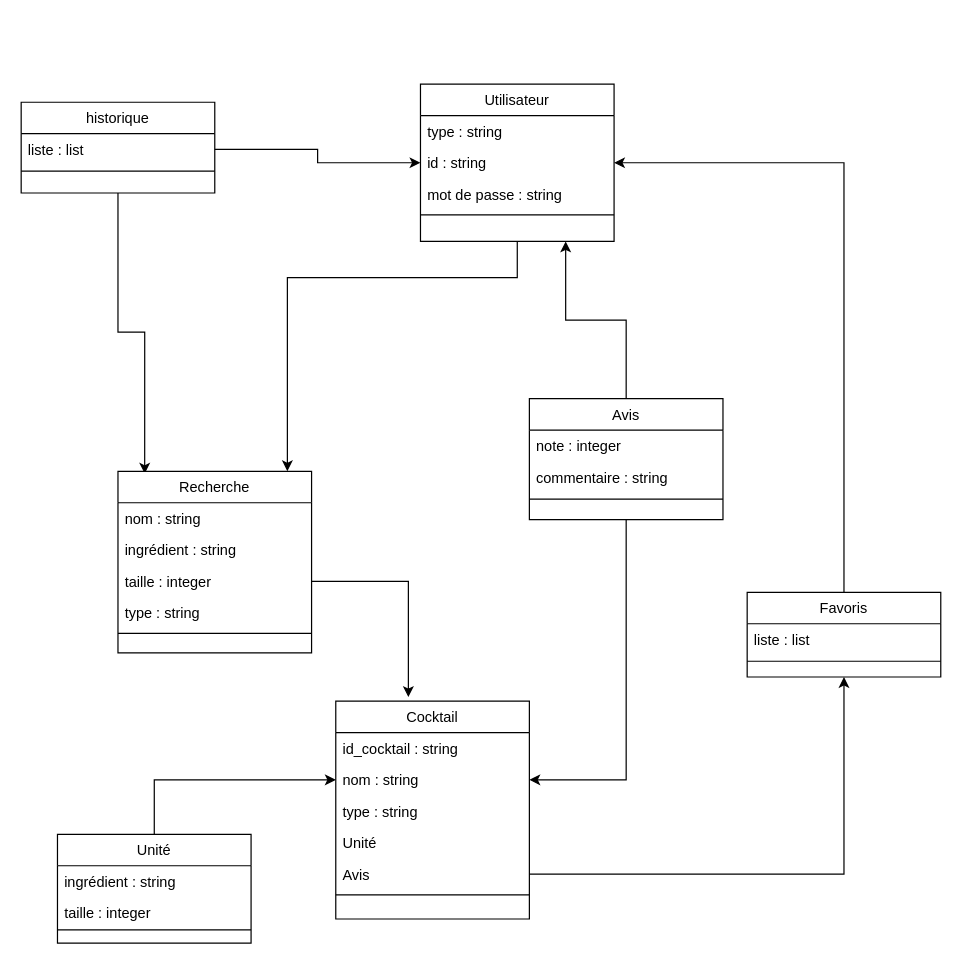
This is Diagram classe.drawio from id1617/ProjetInfo2A, a draw.io file, before an edit. Source tidied: cells renumbered, new cells numbered last; positions are measured from the earlier drawing's top-left corner, leaving out a move shared by most shapes. Both pictures are drawn from the tidied source at 121%, with x=0, y=0 at pixel (21, 83).
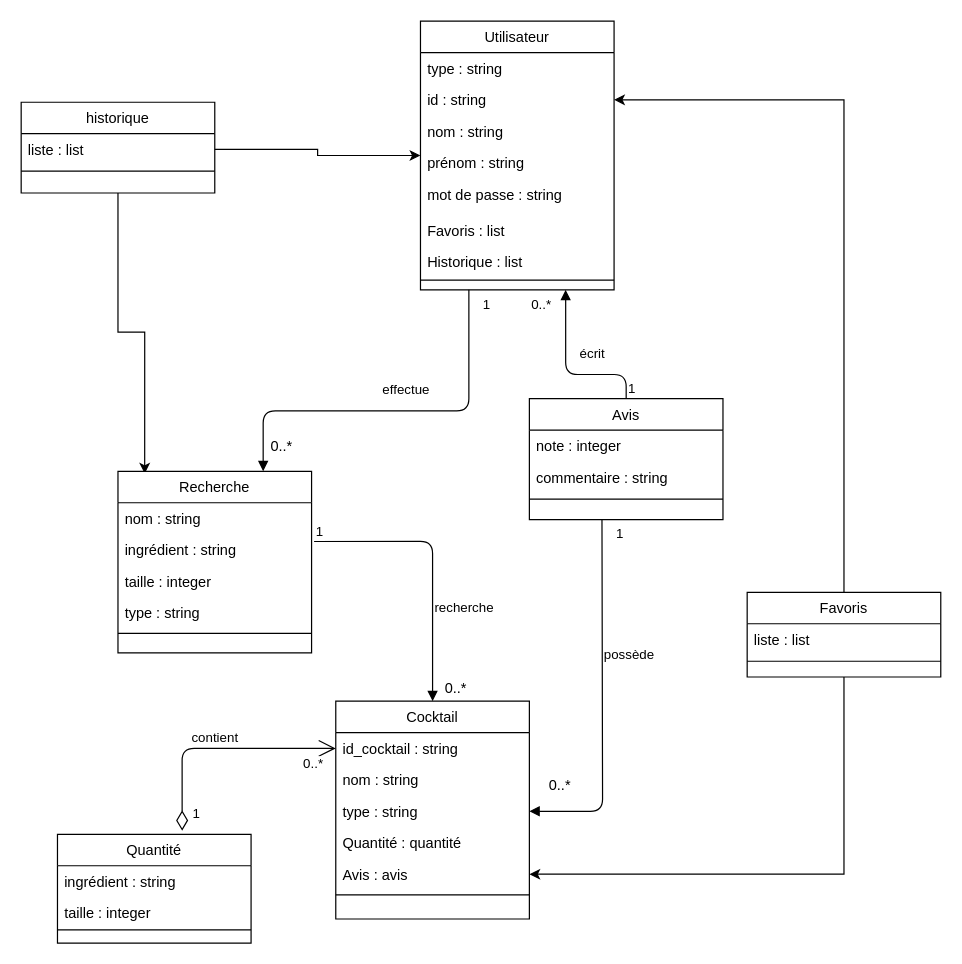
Above is the later version.

Unchanged cells that the change refers to:
```xml
<mxCell id="14" value="historique" style="swimlane;fontStyle=0;align=center;verticalAlign=top;horizontal=1;startSize=26;rounded=0;shadow=0;strokeWidth=1;" parent="1" vertex="1">
  <mxGeometry y="15" width="160" height="75" as="geometry" />
</mxCell>
<mxCell id="17" value="Recherche" style="swimlane;fontStyle=0;align=center;verticalAlign=top;horizontal=1;startSize=26;rounded=0;shadow=0;strokeWidth=1;" parent="1" vertex="1">
  <mxGeometry x="80" y="320" width="160" height="150" as="geometry" />
</mxCell>
<mxCell id="19" value="ingrédient : string" style="text;align=left;verticalAlign=top;spacingLeft=4;spacingRight=4;overflow=hidden;points=[[0,0.5],[1,0.5]];portConstraint=eastwest;rounded=0;shadow=0;html=0;" parent="17" vertex="1">
  <mxGeometry y="52" width="160" height="26" as="geometry" />
</mxCell>
<mxCell id="20" value="taille : integer" style="text;align=left;verticalAlign=top;spacingLeft=4;spacingRight=4;overflow=hidden;points=[[0,0.5],[1,0.5]];portConstraint=eastwest;" parent="17" vertex="1">
  <mxGeometry y="78" width="160" height="26" as="geometry" />
</mxCell>
<mxCell id="23" value="Cocktail" style="swimlane;fontStyle=0;align=center;verticalAlign=top;horizontal=1;startSize=26;rounded=0;shadow=0;strokeWidth=1;" parent="1" vertex="1">
  <mxGeometry x="260" y="510" width="160" height="180" as="geometry" />
</mxCell>
<mxCell id="24" value="id_cocktail : string" style="text;align=left;verticalAlign=top;spacingLeft=4;spacingRight=4;overflow=hidden;points=[[0,0.5],[1,0.5]];portConstraint=eastwest;" parent="23" vertex="1">
  <mxGeometry y="26" width="160" height="26" as="geometry" />
</mxCell>
<mxCell id="25" value="nom : string" style="text;align=left;verticalAlign=top;spacingLeft=4;spacingRight=4;overflow=hidden;points=[[0,0.5],[1,0.5]];portConstraint=eastwest;fontStyle=0;" parent="23" vertex="1">
  <mxGeometry y="52" width="160" height="26" as="geometry" />
</mxCell>
<mxCell id="26" value="type : string" style="text;align=left;verticalAlign=top;spacingLeft=4;spacingRight=4;overflow=hidden;points=[[0,0.5],[1,0.5]];portConstraint=eastwest;fontStyle=0;" parent="23" vertex="1">
  <mxGeometry y="78" width="160" height="26" as="geometry" />
</mxCell>
<mxCell id="32" value="Avis" style="swimlane;fontStyle=0;align=center;verticalAlign=top;horizontal=1;startSize=26;rounded=0;shadow=0;strokeWidth=1;" parent="1" vertex="1">
  <mxGeometry x="420" y="260" width="160" height="100" as="geometry" />
</mxCell>
<mxCell id="39" value="Favoris" style="swimlane;fontStyle=0;align=center;verticalAlign=top;horizontal=1;startSize=26;rounded=0;shadow=0;strokeWidth=1;" parent="1" vertex="1">
  <mxGeometry x="600" y="420" width="160" height="70" as="geometry" />
</mxCell>
```

What changed in the source:
```diff
@@
-    <mxCell id="2" style="edgeStyle=orthogonalEdgeStyle;rounded=0;jettySize=auto;html=1;" parent="1" edge="1" source="3" target="17">
-      <mxGeometry relative="1" as="geometry">
-        <Array as="points">
-          <mxPoint x="220" y="160" />
-        </Array>
-      </mxGeometry>
-    </mxCell>
+    <mxCell id="8" style="edgeStyle=orthogonalEdgeStyle;rounded=0;jettySize=auto;html=1;entryX=0.138;entryY=0.013;entryDx=0;entryDy=0;entryPerimeter=0;" parent="1" edge="1" source="14" target="17">
+      <mxGeometry relative="1" as="geometry" />
+    </mxCell>
     <mxCell id="3" value="Utilisateur" style="swimlane;fontStyle=0;align=center;verticalAlign=top;horizontal=1;startSize=26;rounded=0;shadow=0;strokeWidth=1;" parent="1" vertex="1">
-      <mxGeometry x="330" width="160" height="130" as="geometry" />
+      <mxGeometry x="330" y="-52" width="160" height="222" as="geometry" />
     </mxCell>
@@
-    <mxCell id="6" value="mot de passe : string" style="text;align=left;verticalAlign=top;spacingLeft=4;spacingRight=4;overflow=hidden;rounded=0;shadow=0;html=0;" parent="3" vertex="1">
+    <mxCell id="6" value="nom : string" style="text;align=left;verticalAlign=top;spacingLeft=4;spacingRight=4;overflow=hidden;rounded=0;shadow=0;html=0;" parent="3" vertex="1">
       <mxGeometry y="78" width="160" height="26" as="geometry" />
     </mxCell>
+    <mxCell id="43" value="prénom : string" style="text;align=left;verticalAlign=top;spacingLeft=4;spacingRight=4;overflow=hidden;rounded=0;shadow=0;html=0;" parent="3" vertex="1">
+      <mxGeometry y="104" width="160" height="26" as="geometry" />
+    </mxCell>
+    <mxCell id="44" value="mot de passe : string" style="text;align=left;verticalAlign=top;spacingLeft=4;spacingRight=4;overflow=hidden;rounded=0;shadow=0;html=0;" parent="3" vertex="1">
+      <mxGeometry y="130" width="160" height="30" as="geometry" />
+    </mxCell>
+    <mxCell id="45" value="Favoris : list" style="text;align=left;verticalAlign=top;spacingLeft=4;spacingRight=4;overflow=hidden;rounded=0;shadow=0;html=0;" parent="3" vertex="1">
+      <mxGeometry y="160" width="160" height="26" as="geometry" />
+    </mxCell>
+    <mxCell id="46" value="Historique : list" style="text;align=left;verticalAlign=top;spacingLeft=4;spacingRight=4;overflow=hidden;rounded=0;shadow=0;html=0;" parent="3" vertex="1">
+      <mxGeometry y="186" width="160" height="26" as="geometry" />
+    </mxCell>
     <mxCell id="7" style="line;html=1;strokeWidth=1;align=left;verticalAlign=middle;spacingTop=-1;spacingLeft=3;spacingRight=3;labelPosition=right;" parent="3" vertex="1">
-      <mxGeometry y="104" width="160" height="8" as="geometry" />
+      <mxGeometry y="212" width="160" height="4" as="geometry" />
     </mxCell>
-    <mxCell id="8" style="edgeStyle=orthogonalEdgeStyle;rounded=0;jettySize=auto;html=1;entryX=0.138;entryY=0.013;entryDx=0;entryDy=0;entryPerimeter=0;" parent="1" edge="1" source="14" target="17">
-      <mxGeometry relative="1" as="geometry" />
-    </mxCell>
-    <mxCell id="9" style="edgeStyle=orthogonalEdgeStyle;rounded=0;jettySize=auto;html=1;entryX=0;entryY=0.5;entryDx=0;entryDy=0;" parent="1" edge="1" source="10" target="25">
-      <mxGeometry relative="1" as="geometry" />
-    </mxCell>
-    <mxCell id="10" value="Unité" style="swimlane;fontStyle=0;align=center;verticalAlign=top;horizontal=1;startSize=26;rounded=0;shadow=0;strokeWidth=1;" parent="1" vertex="1">
+    <mxCell id="10" value="Quantité" style="swimlane;fontStyle=0;align=center;verticalAlign=top;horizontal=1;startSize=26;rounded=0;shadow=0;strokeWidth=1;" parent="1" vertex="1">
       <mxGeometry x="30" y="620" width="160" height="90" as="geometry" />
     </mxCell>
@@
-    <mxCell id="27" value="Unité" style="text;align=left;verticalAlign=top;spacingLeft=4;spacingRight=4;overflow=hidden;" parent="23" vertex="1">
+    <mxCell id="27" value="Quantité : quantité" style="text;align=left;verticalAlign=top;spacingLeft=4;spacingRight=4;overflow=hidden;" parent="23" vertex="1">
       <mxGeometry y="104" width="160" height="26" as="geometry" />
     </mxCell>
-    <mxCell id="28" value="Avis" style="text;align=left;verticalAlign=top;spacingLeft=4;spacingRight=4;overflow=hidden;points=[[0,0.5],[1,0.5]];portConstraint=eastwest;" parent="23" vertex="1">
+    <mxCell id="28" value="Avis : avis" style="text;align=left;verticalAlign=top;spacingLeft=4;spacingRight=4;overflow=hidden;points=[[0,0.5],[1,0.5]];portConstraint=eastwest;" parent="23" vertex="1">
       <mxGeometry y="130" width="160" height="26" as="geometry" />
     </mxCell>
@@
-    <mxCell id="30" style="edgeStyle=orthogonalEdgeStyle;rounded=0;jettySize=auto;html=1;entryX=1;entryY=0.5;entryDx=0;entryDy=0;" parent="1" edge="1" source="32" target="25">
-      <mxGeometry relative="1" as="geometry" />
-    </mxCell>
-    <mxCell id="31" style="edgeStyle=orthogonalEdgeStyle;rounded=0;jettySize=auto;html=1;entryX=0.75;entryY=1;entryDx=0;entryDy=0;" parent="1" edge="1" source="32" target="3">
-      <mxGeometry relative="1" as="geometry" />
-    </mxCell>
@@
-    <mxCell id="37" style="edgeStyle=orthogonalEdgeStyle;rounded=0;jettySize=auto;html=1;entryX=0.375;entryY=-0.019;entryDx=0;entryDy=0;entryPerimeter=0;" parent="1" edge="1" source="20" target="23">
-      <mxGeometry relative="1" as="geometry" />
-    </mxCell>
@@
+    <mxCell id="47" style="edgeStyle=orthogonalEdgeStyle;rounded=0;jettySize=auto;html=1;entryX=1;entryY=0.5;entryDx=0;entryDy=0;" parent="1" edge="1" source="39" target="28">
+      <mxGeometry relative="1" as="geometry" />
+    </mxCell>
@@
-    <mxCell id="42" style="edgeStyle=orthogonalEdgeStyle;rounded=0;jettySize=auto;html=1;entryX=0.5;entryY=1;entryDx=0;entryDy=0;" parent="1" edge="1" source="28" target="39">
-      <mxGeometry relative="1" as="geometry" />
-    </mxCell>
+    <mxCell id="48" value="&lt;font style=&quot;font-size: 12px&quot;&gt;0..*&lt;/font&gt;" style="text;html=1;align=center;verticalAlign=middle;" parent="1" vertex="1">
+      <mxGeometry x="200" y="290" width="30" height="20" as="geometry" />
+    </mxCell>
+    <mxCell id="49" value="possède" style="endArrow=block;endFill=1;html=1;edgeStyle=orthogonalEdgeStyle;align=left;verticalAlign=top;entryX=1;entryY=0.5;entryDx=0;entryDy=0;" parent="1" edge="1" target="26">
+      <mxGeometry x="-0.34" relative="1" as="geometry">
+        <mxPoint x="480" y="360" as="sourcePoint" />
+      </mxGeometry>
+    </mxCell>
+    <mxCell id="50" value="1" style="edgeLabel;html=1;align=left;verticalAlign=bottom;" parent="49" vertex="1">
+      <mxGeometry x="-1" relative="1" as="geometry">
+        <mxPoint x="10" y="20" as="offset" />
+      </mxGeometry>
+    </mxCell>
+    <mxCell id="51" value="recherche" style="endArrow=block;endFill=1;html=1;edgeStyle=orthogonalEdgeStyle;align=left;verticalAlign=top;exitX=1.013;exitY=0.231;exitDx=0;exitDy=0;exitPerimeter=0;entryX=0.5;entryY=0;entryDx=0;entryDy=0;" parent="1" edge="1" source="19" target="23">
+      <mxGeometry x="-0.15" y="-42" relative="1" as="geometry">
+        <mxPoint x="42" y="42" as="offset" />
+      </mxGeometry>
+    </mxCell>
+    <mxCell id="52" value="1" style="edgeLabel;html=1;align=left;verticalAlign=bottom;" parent="51" vertex="1">
+      <mxGeometry x="-1" relative="1" as="geometry" />
+    </mxCell>
+    <mxCell id="53" value="contient" style="endArrow=open;html=1;endSize=12;startArrow=diamondThin;startSize=14;startFill=0;edgeStyle=orthogonalEdgeStyle;exitX=0.644;exitY=-0.033;exitDx=0;exitDy=0;exitPerimeter=0;entryX=0;entryY=0.5;entryDx=0;entryDy=0;" parent="1" edge="1" source="10" target="24">
+      <mxGeometry x="-0.3" y="-28" relative="1" as="geometry">
+        <mxPoint x="27" y="-37" as="offset" />
+      </mxGeometry>
+    </mxCell>
+    <mxCell id="54" value="1" style="edgeLabel;html=1;align=left;verticalAlign=top;" parent="53" vertex="1">
+      <mxGeometry x="-1" relative="1" as="geometry">
+        <mxPoint x="7" y="-27" as="offset" />
+      </mxGeometry>
+    </mxCell>
+    <mxCell id="55" value="0..*" style="edgeLabel;html=1;align=right;verticalAlign=top;" parent="53" vertex="1">
+      <mxGeometry x="1" relative="1" as="geometry">
+        <mxPoint x="-10" as="offset" />
+      </mxGeometry>
+    </mxCell>
+    <mxCell id="56" value="écrit" style="endArrow=block;endFill=1;html=1;edgeStyle=orthogonalEdgeStyle;align=left;verticalAlign=top;entryX=0.75;entryY=1;entryDx=0;entryDy=0;" parent="1" edge="1" target="3">
+      <mxGeometry x="0.43" y="-10" relative="1" as="geometry">
+        <mxPoint x="500" y="260" as="sourcePoint" />
+        <Array as="points">
+          <mxPoint x="500" y="240" />
+          <mxPoint x="450" y="240" />
+        </Array>
+      </mxGeometry>
+    </mxCell>
+    <mxCell id="57" value="1" style="edgeLabel;html=1;align=left;verticalAlign=bottom;" parent="56" vertex="1">
+      <mxGeometry x="-1" relative="1" as="geometry" />
+    </mxCell>
+    <mxCell id="58" value="0..*" style="edgeLabel;html=1;align=left;verticalAlign=bottom;" parent="56" vertex="1">
+      <mxGeometry x="-1" relative="1" as="geometry">
+        <mxPoint x="-80" y="-70" as="offset" />
+      </mxGeometry>
+    </mxCell>
+    <mxCell id="2" value="effectue" style="endArrow=block;endFill=1;html=1;edgeStyle=orthogonalEdgeStyle;align=left;verticalAlign=top;entryX=0.75;entryY=0;entryDx=0;entryDy=0;exitX=0.25;exitY=1;exitDx=0;exitDy=0;" parent="1" edge="1" source="3" target="17">
+      <mxGeometry x="0.08" y="-30" relative="1" as="geometry">
+        <Array as="points">
+          <mxPoint x="370" y="270" />
+          <mxPoint x="200" y="270" />
+        </Array>
+      </mxGeometry>
+    </mxCell>
+    <mxCell id="59" value="1" style="edgeLabel;html=1;align=left;verticalAlign=bottom;" parent="2" vertex="1">
+      <mxGeometry x="-1" relative="1" as="geometry">
+        <mxPoint x="10" y="20" as="offset" />
+      </mxGeometry>
+    </mxCell>
+    <mxCell id="60" value="&lt;font style=&quot;font-size: 12px&quot;&gt;0..*&lt;/font&gt;" style="text;html=1;align=center;verticalAlign=middle;" parent="1" vertex="1">
+      <mxGeometry x="344" y="490" width="30" height="20" as="geometry" />
+    </mxCell>
+    <mxCell id="61" value="&lt;font style=&quot;font-size: 12px&quot;&gt;0..*&lt;/font&gt;" style="text;html=1;align=center;verticalAlign=middle;" parent="1" vertex="1">
+      <mxGeometry x="430" y="570" width="30" height="20" as="geometry" />
+    </mxCell>
```
